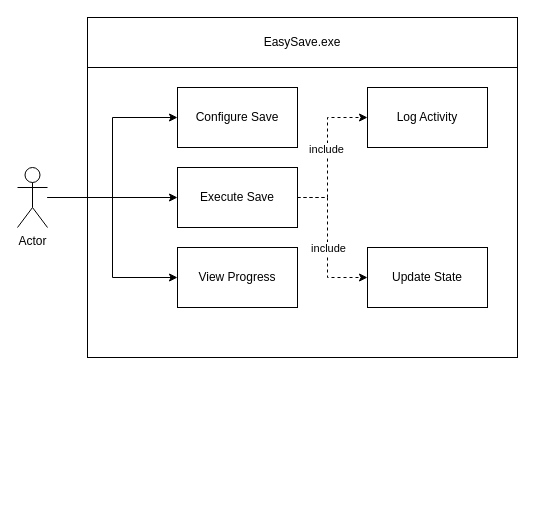
Earlier version of the draw.io diagram Diagrams/Use Case.drawio (Fire-90/CESI_Genie_Logiciel). Source tidied: cells renumbered, new cells numbered last; positions are measured from the earlier drawing's top-left corner, leaving out a move shared by most shapes. Both pictures are drawn from the tidied source at 100%, with x=0, y=0 at pixel (17, 17).
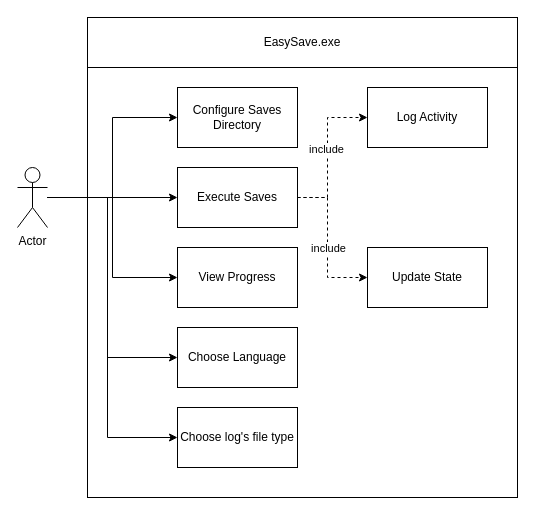
After the change.

Commit message (it also covers changes not shown here):
Use Case Modification v2

Unchanged cells that the change refers to:
```xml
<mxCell id="15" value="Actor" style="shape=umlActor;verticalLabelPosition=bottom;verticalAlign=top;html=1;outlineConnect=0;" parent="1" vertex="1">
  <mxGeometry y="150" width="30" height="60" as="geometry" />
</mxCell>
```

Diff of the diagram source:
```diff
@@
     <mxCell id="2" style="rounded=0;whiteSpace=wrap;html=1;" parent="1" vertex="1">
-      <mxGeometry x="70" width="430" height="340" as="geometry" />
+      <mxGeometry x="70" width="430" height="480" as="geometry" />
     </mxCell>
-    <mxCell id="3" value="Configure Save" style="rounded=0;whiteSpace=wrap;html=1;" parent="1" vertex="1">
+    <mxCell id="3" value="Configure Saves Directory" style="rounded=0;whiteSpace=wrap;html=1;" parent="1" vertex="1">
       <mxGeometry x="160" y="70" width="120" height="60" as="geometry" />
     </mxCell>
@@
-    <mxCell id="8" value="Execute Save" style="rounded=0;whiteSpace=wrap;html=1;" parent="1" vertex="1">
+    <mxCell id="8" value="Execute Saves" style="rounded=0;whiteSpace=wrap;html=1;" parent="1" vertex="1">
       <mxGeometry x="160" y="150" width="120" height="60" as="geometry" />
     </mxCell>
@@
+    <mxCell id="17" style="edgeStyle=orthogonalEdgeStyle;rounded=0;jettySize=auto;html=1;" parent="1" edge="1" source="15" target="19">
+      <mxGeometry relative="1" as="geometry">
+        <Array as="points">
+          <mxPoint x="90" y="180" />
+          <mxPoint x="90" y="340" />
+        </Array>
+      </mxGeometry>
+    </mxCell>
+    <mxCell id="18" style="edgeStyle=orthogonalEdgeStyle;rounded=0;jettySize=auto;html=1;" parent="1" edge="1" source="15" target="20">
+      <mxGeometry relative="1" as="geometry">
+        <Array as="points">
+          <mxPoint x="90" y="180" />
+          <mxPoint x="90" y="420" />
+        </Array>
+      </mxGeometry>
+    </mxCell>
@@
+    <mxCell id="19" value="Choose Language" style="rounded=0;whiteSpace=wrap;html=1;" parent="1" vertex="1">
+      <mxGeometry x="160" y="310" width="120" height="60" as="geometry" />
+    </mxCell>
+    <mxCell id="20" value="Choose log's file type" style="rounded=0;whiteSpace=wrap;html=1;" parent="1" vertex="1">
+      <mxGeometry x="160" y="390" width="120" height="60" as="geometry" />
+    </mxCell>
```
